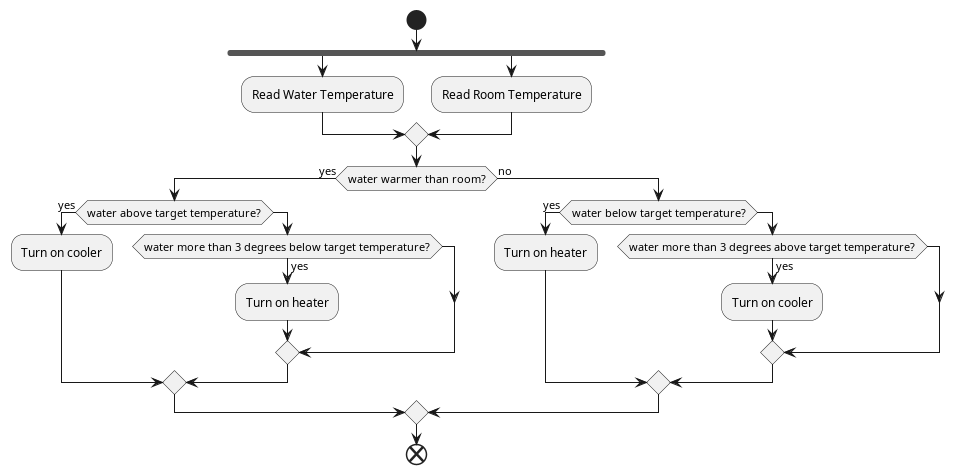
The PlantUML diagram Testplan/Images/ActivityDiagramTemp.png in Vvamp/ATP2324, before a commit. Its diagram source:
```plantuml
@startuml ActivityDiagramTemp
start

fork
    :Read Water Temperature;
fork again
    :Read Room Temperature;
end merge

if (water warmer than room?) is (yes) then
   if (water above target temperature?) is (yes) then
        :Turn on cooler;
    else
        if (water more than 3 degrees below target temperature?) is (yes) then
            :Turn on heater;
        endif
   endif
else (no)
    if (water below target temperature?) is (yes) then
        :Turn on heater;
    else
        if (water more than 3 degrees above target temperature?) is (yes) then
            :Turn on cooler;
        endif
   endif
endif

end
@enduml
```
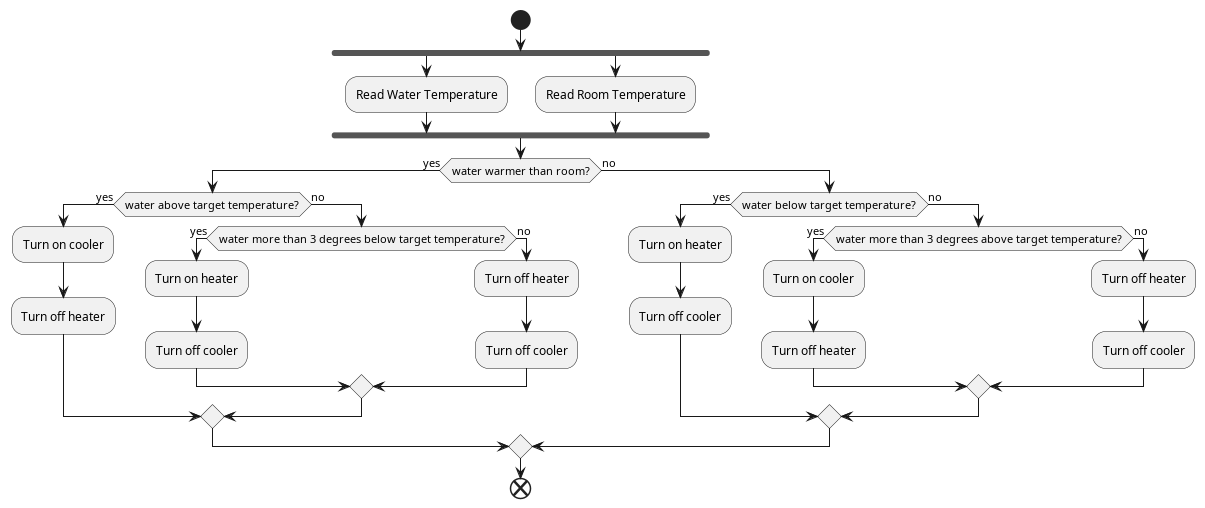
The same file after the commit.

What changed in the source:
```diff
@@ -5,25 +5,34 @@
     :Read Water Temperature;
 fork again
     :Read Room Temperature;
-end merge
+end fork
 
 if (water warmer than room?) is (yes) then
    if (water above target temperature?) is (yes) then
         :Turn on cooler;
-    else
+        :Turn off heater;
+    else (no)
         if (water more than 3 degrees below target temperature?) is (yes) then
             :Turn on heater;
+            :Turn off cooler;
+        else (no)
+            :Turn off heater;
+            :Turn off cooler;
         endif
    endif
 else (no)
     if (water below target temperature?) is (yes) then
         :Turn on heater;
-    else
+        :Turn off cooler;
+    else (no)
         if (water more than 3 degrees above target temperature?) is (yes) then
             :Turn on cooler;
+            :Turn off heater;
+        else (no)
+            :Turn off heater;
+            :Turn off cooler;
         endif
    endif
 endif
-
 end
 @enduml
```
